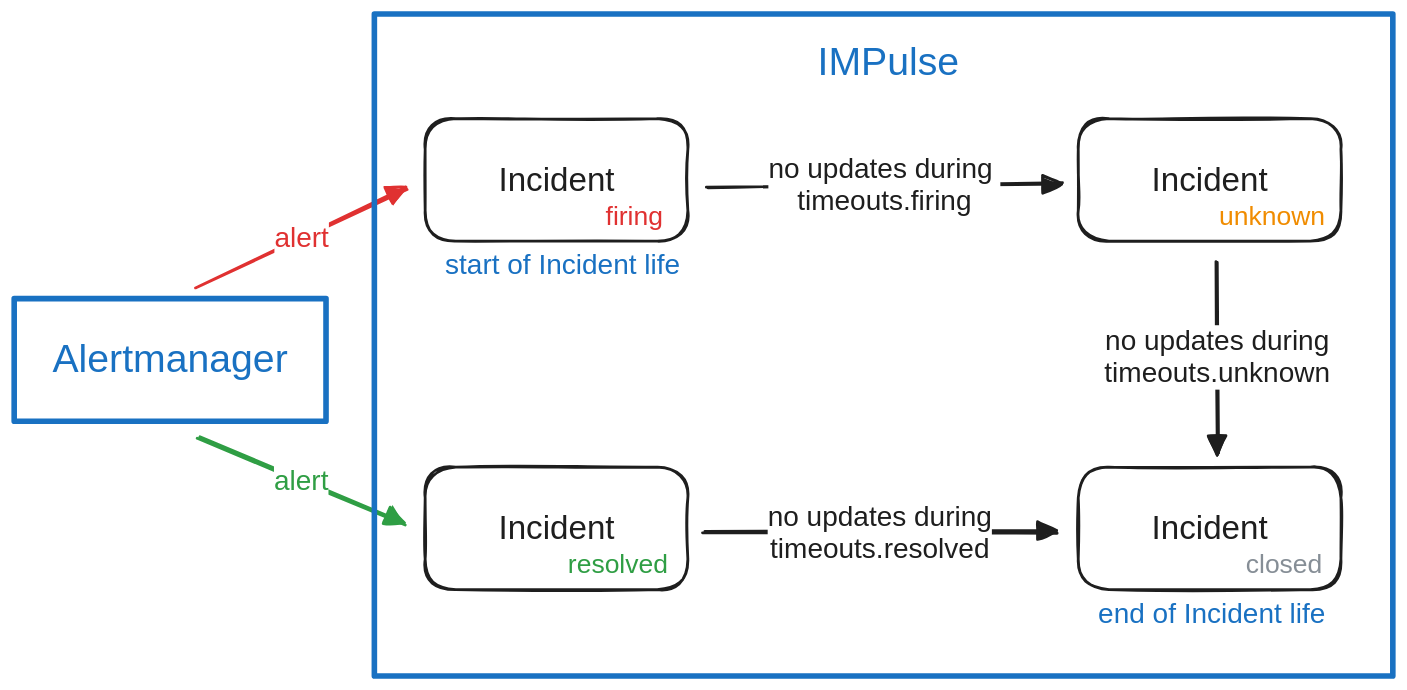
This is docs/media/incident_behavior.excalidraw.svg from DiTsi/impulse-docs, a Excalidraw export, as it was before one commit. Source tidied: one line per element, renumbered; positions are measured from the earlier drawing's top-left corner, leaving out a move shared by most shapes.
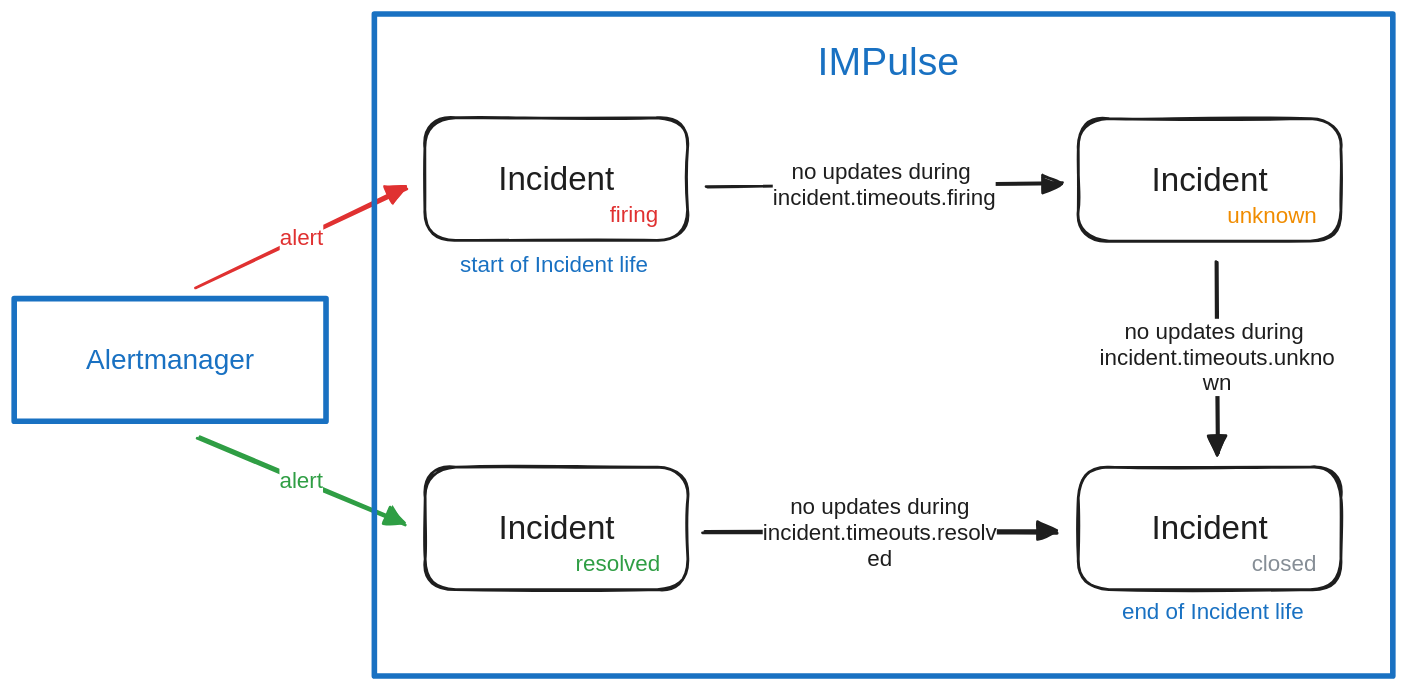
Later version of the same file.

Commit message:
timeouts moved to incident

Diff of the diagram source:
```diff
@@ -1,28 +1,28 @@
 {"id": 0, "type": "arrow", "strokeColor": "#e03131", "strokeWidth": 2, "roughness": 1, "endArrowhead": "triangle", "round": true, "from": 25, "to": 14, "x": 130, "y": 195, "width": 150, "height": 71, "points": [[0, 0], [150, -71]]}
-{"id": 1, "type": "text", "text": "alert", "strokeColor": "#e03131", "strokeWidth": 2, "roughness": 1, "fontSize": 20, "fontFamily": 2, "textAlign": "center", "verticalAlign": "middle", "inside": 0, "x": 186, "y": 148, "width": 39, "height": 23}
+{"id": 1, "type": "text", "text": "alert", "strokeColor": "#e03131", "strokeWidth": 2, "roughness": 1, "fontSize": 16, "fontFamily": 2, "textAlign": "center", "verticalAlign": "middle", "inside": 0, "x": 190, "y": 150, "width": 31, "height": 18}
-{"id": 2, "type": "arrow", "strokeColor": "#1e1e1e", "strokeWidth": 2, "roughness": 1, "endArrowhead": "triangle", "round": true, "from": 14, "to": 20, "x": 495, "y": 123, "width": 253, "height": 1, "points": [[0, 0], [253, -1]]}
+{"id": 2, "type": "arrow", "strokeColor": "#1e1e1e", "strokeWidth": 2, "roughness": 1, "endArrowhead": "triangle", "round": true, "from": 14, "to": 20, "x": 495, "y": 122, "width": 253, "height": 1, "points": [[0, 0], [253, -1]]}
-{"id": 3, "type": "text", "text": "no updates during \ntimeouts.firing", "strokeColor": "#1e1e1e", "strokeWidth": 2, "roughness": 1, "fontSize": 20, "fontFamily": 2, "textAlign": "center", "verticalAlign": "middle", "inside": 2, "x": 539, "y": 99, "width": 166, "height": 46}
+{"id": 3, "type": "text", "text": "no updates during \nincident.timeouts.firing", "strokeColor": "#1e1e1e", "strokeWidth": 2, "roughness": 1, "fontSize": 16, "fontFamily": 2, "textAlign": "center", "verticalAlign": "middle", "inside": 2, "x": 542, "y": 104, "width": 159, "height": 37}
 {"id": 4, "type": "rectangle", "strokeColor": "#1e1e1e", "strokeWidth": 2, "roughness": 1, "round": true, "x": 294, "y": 324, "width": 188, "height": 88}
 {"id": 5, "type": "text", "text": "Incident", "strokeColor": "#1e1e1e", "strokeWidth": 2, "roughness": 1, "fontSize": 23.67, "fontFamily": 2, "textAlign": "center", "verticalAlign": "middle", "inside": 4, "x": 346, "y": 354, "width": 83, "height": 27}
-{"id": 6, "type": "text", "text": "resolved", "strokeColor": "#2f9e44", "strokeWidth": 2, "roughness": 1, "fontSize": 18.92, "fontFamily": 2, "textAlign": "center", "verticalAlign": "middle", "x": 395, "y": 382, "width": 71, "height": 22}
+{"id": 6, "type": "text", "text": "resolved", "strokeColor": "#2f9e44", "strokeWidth": 2, "roughness": 1, "fontSize": 16, "fontFamily": 2, "textAlign": "center", "verticalAlign": "middle", "x": 401, "y": 384, "width": 60, "height": 18}
 {"id": 7, "type": "arrow", "strokeColor": "#1e1e1e", "strokeWidth": 2, "roughness": 1, "endArrowhead": "triangle", "round": true, "from": 4, "to": 17, "x": 493, "y": 371, "width": 251, "height": 0, "points": [[0, 0], [251, 0]]}
-{"id": 8, "type": "text", "text": "no updates during\ntimeouts.resolved", "strokeColor": "#1e1e1e", "strokeWidth": 2, "roughness": 1, "fontSize": 20, "fontFamily": 2, "textAlign": "center", "verticalAlign": "middle", "inside": 7, "x": 538, "y": 348, "width": 160, "height": 46}
+{"id": 8, "type": "text", "text": "no updates during\nincident.timeouts.resolv\ned", "strokeColor": "#1e1e1e", "strokeWidth": 2, "roughness": 1, "fontSize": 16, "fontFamily": 2, "textAlign": "center", "verticalAlign": "middle", "inside": 7, "x": 535, "y": 343, "width": 167, "height": 55}
 {"id": 9, "type": "arrow", "strokeColor": "#2f9e44", "strokeWidth": 2, "roughness": 1, "endArrowhead": "triangle", "round": true, "from": 25, "to": 4, "x": 131, "y": 303, "width": 148, "height": 61, "points": [[0, 0], [148, 61]]}
-{"id": 10, "type": "text", "text": "alert", "strokeColor": "#2f9e44", "strokeWidth": 2, "roughness": 1, "fontSize": 20, "fontFamily": 2, "textAlign": "center", "verticalAlign": "middle", "inside": 9, "x": 186, "y": 322, "width": 39, "height": 23}
+{"id": 10, "type": "text", "text": "alert", "strokeColor": "#2f9e44", "strokeWidth": 2, "roughness": 1, "fontSize": 16, "fontFamily": 2, "textAlign": "center", "verticalAlign": "middle", "inside": 9, "x": 189, "y": 324, "width": 31, "height": 18}
-{"id": 11, "type": "text", "text": "end of Incident life", "strokeColor": "#1971c2", "strokeWidth": 2, "roughness": 1, "fontSize": 20, "fontFamily": 2, "x": 774, "y": 417, "width": 162, "height": 23}
+{"id": 11, "type": "text", "text": "end of Incident life", "strokeColor": "#1971c2", "strokeWidth": 2, "roughness": 1, "fontSize": 16, "fontFamily": 2, "x": 791, "y": 418, "width": 130, "height": 18}
 {"id": 12, "type": "arrow", "strokeColor": "#1e1e1e", "strokeWidth": 2, "roughness": 1, "endArrowhead": "triangle", "round": true, "from": 20, "to": 17, "x": 858, "y": 177, "width": 2, "height": 137, "points": [[0, 0], [2, 137]]}
-{"id": 13, "type": "text", "text": "no updates during\ntimeouts.unknown", "strokeColor": "#1e1e1e", "strokeWidth": 2, "roughness": 1, "fontSize": 20, "fontFamily": 2, "textAlign": "center", "verticalAlign": "middle", "inside": 12, "x": 779, "y": 222, "width": 161, "height": 46}
+{"id": 13, "type": "text", "text": "no updates during \nincident.timeouts.unkno\nwn", "strokeColor": "#1e1e1e", "strokeWidth": 2, "roughness": 1, "fontSize": 16, "fontFamily": 2, "textAlign": "center", "verticalAlign": "middle", "inside": 12, "x": 775, "y": 218, "width": 168, "height": 55}
-{"id": 14, "type": "rectangle", "strokeColor": "#1e1e1e", "strokeWidth": 2, "roughness": 1, "round": true, "x": 294, "y": 75, "width": 188, "height": 88}
+{"id": 14, "type": "rectangle", "strokeColor": "#1e1e1e", "strokeWidth": 2, "roughness": 1, "round": true, "x": 293, "y": 74, "width": 188, "height": 88}
-{"id": 15, "type": "text", "text": "Incident", "strokeColor": "#1e1e1e", "strokeWidth": 2, "roughness": 1, "fontSize": 23.67, "fontFamily": 2, "textAlign": "center", "verticalAlign": "middle", "inside": 14, "x": 346, "y": 105, "width": 83, "height": 27}
+{"id": 15, "type": "text", "text": "Incident", "strokeColor": "#1e1e1e", "strokeWidth": 2, "roughness": 1, "fontSize": 23.67, "fontFamily": 2, "textAlign": "center", "verticalAlign": "middle", "inside": 14, "x": 346, "y": 104, "width": 83, "height": 27}
-{"id": 16, "type": "text", "text": "firing", "strokeColor": "#e03131", "strokeWidth": 2, "roughness": 1, "fontSize": 18.92, "fontFamily": 2, "textAlign": "center", "verticalAlign": "middle", "x": 422, "y": 133, "width": 41, "height": 22}
+{"id": 16, "type": "text", "text": "firing", "strokeColor": "#e03131", "strokeWidth": 2, "roughness": 1, "fontSize": 16, "fontFamily": 2, "textAlign": "center", "verticalAlign": "middle", "x": 425, "y": 134, "width": 35, "height": 18}
 {"id": 17, "type": "rectangle", "strokeColor": "#1e1e1e", "strokeWidth": 2, "roughness": 1, "round": true, "x": 760, "y": 324, "width": 188, "height": 88}
 {"id": 18, "type": "text", "text": "Incident", "strokeColor": "#1e1e1e", "strokeWidth": 2, "roughness": 1, "fontSize": 23.67, "fontFamily": 2, "textAlign": "center", "verticalAlign": "middle", "inside": 17, "x": 812, "y": 354, "width": 83, "height": 27}
-{"id": 19, "type": "text", "text": "closed", "strokeColor": "#868e96", "strokeWidth": 2, "roughness": 1, "fontSize": 18.92, "fontFamily": 2, "textAlign": "center", "verticalAlign": "middle", "x": 880, "y": 382, "width": 55, "height": 22}
+{"id": 19, "type": "text", "text": "closed", "strokeColor": "#868e96", "strokeWidth": 2, "roughness": 1, "fontSize": 16, "fontFamily": 2, "textAlign": "center", "verticalAlign": "middle", "x": 884, "y": 384, "width": 46, "height": 18}
 {"id": 20, "type": "rectangle", "strokeColor": "#1e1e1e", "strokeWidth": 2, "roughness": 1, "round": true, "x": 760, "y": 75, "width": 188, "height": 88}
 {"id": 21, "type": "text", "text": "Incident", "strokeColor": "#1e1e1e", "strokeWidth": 2, "roughness": 1, "fontSize": 23.67, "fontFamily": 2, "textAlign": "center", "verticalAlign": "middle", "inside": 20, "x": 812, "y": 105, "width": 83, "height": 27}
-{"id": 22, "type": "text", "text": "unknown", "strokeColor": "#f08c00", "strokeWidth": 2, "roughness": 1, "fontSize": 18.92, "fontFamily": 2, "textAlign": "center", "verticalAlign": "middle", "x": 861, "y": 133, "width": 76, "height": 22}
+{"id": 22, "type": "text", "text": "unknown", "strokeColor": "#f08c00", "strokeWidth": 2, "roughness": 1, "fontSize": 16, "fontFamily": 2, "textAlign": "center", "verticalAlign": "middle", "x": 866, "y": 135, "width": 64, "height": 18}
-{"id": 23, "type": "text", "text": "start of Incident life", "strokeColor": "#1971c2", "strokeWidth": 2, "roughness": 1, "fontSize": 20, "fontFamily": 2, "x": 308, "y": 168, "width": 168, "height": 23}
+{"id": 23, "type": "text", "text": "start of Incident life", "strokeColor": "#1971c2", "strokeWidth": 2, "roughness": 1, "fontSize": 16, "fontFamily": 2, "x": 318, "y": 170, "width": 134, "height": 18}
 {"id": 24, "type": "rectangle", "strokeColor": "#1971c2", "strokeWidth": 4, "roughness": 0, "x": 257, "y": 0, "width": 727, "height": 473}
 {"id": 25, "type": "rectangle", "strokeColor": "#1971c2", "strokeWidth": 4, "roughness": 0, "x": 0, "y": 203, "width": 223, "height": 88}
-{"id": 26, "type": "text", "text": "Alertmanager", "strokeColor": "#1971c2", "strokeWidth": 2, "roughness": 0, "fontSize": 28, "fontFamily": 2, "textAlign": "center", "verticalAlign": "middle", "inside": 25, "x": 27, "y": 231, "width": 168, "height": 32}
+{"id": 26, "type": "text", "text": "Alertmanager", "strokeColor": "#1971c2", "strokeWidth": 2, "roughness": 0, "fontSize": 20, "fontFamily": 2, "textAlign": "center", "verticalAlign": "middle", "inside": 25, "x": 51, "y": 236, "width": 120, "height": 23}
 {"id": 27, "type": "text", "text": "IMPulse", "strokeColor": "#1971c2", "strokeWidth": 2, "strokeStyle": "dashed", "roughness": 1, "fontSize": 28, "fontFamily": 2, "x": 574, "y": 18, "width": 101, "height": 32}
```
